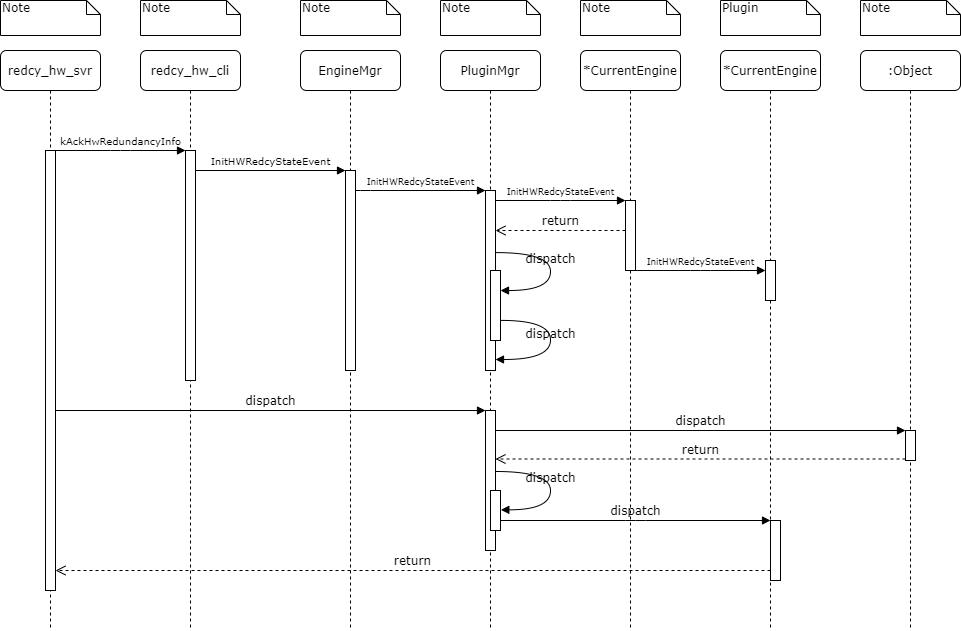
Earlier version of the draw.io export UML/StartRedundancy.png (Steve888888/FN-Redundancy). Source tidied: cells renumbered, new cells last; positions are measured from the earlier drawing's top-left corner, leaving out a move shared by most shapes.
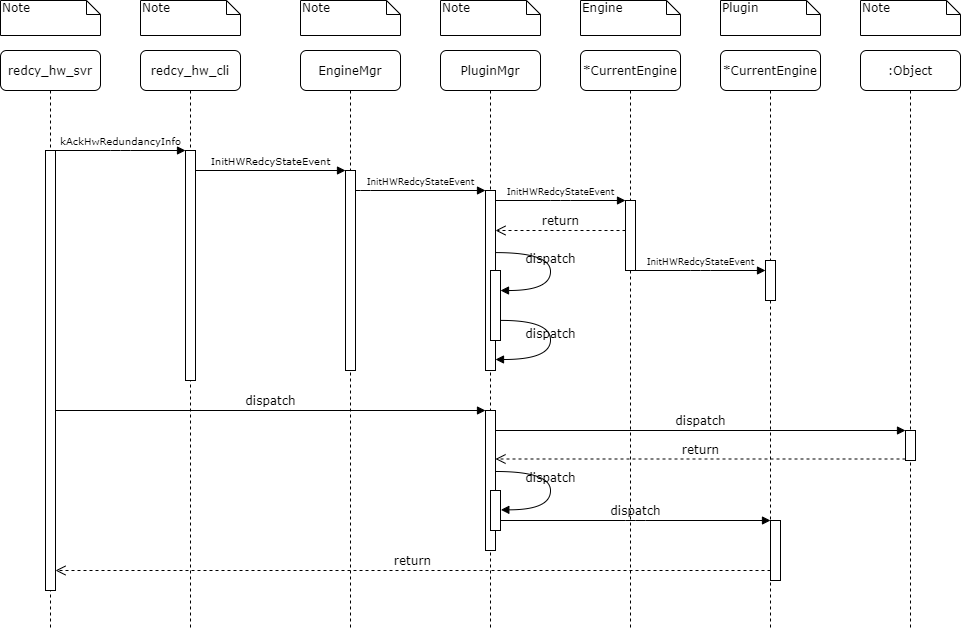
After the commit.

Diff of the diagram source:
```diff
@@ -138,7 +138,7 @@
     <mxCell id="36" value="Note" style="shape=note;whiteSpace=wrap;html=1;size=14;verticalAlign=top;align=left;spacingTop=-6;rounded=0;shadow=0;comic=0;labelBackgroundColor=none;strokeWidth=1;fontFamily=Verdana;fontSize=12;" parent="1" vertex="1">
       <mxGeometry x="440" width="100" height="35" as="geometry" />
     </mxCell>
-    <mxCell id="37" value="Note" style="shape=note;whiteSpace=wrap;html=1;size=14;verticalAlign=top;align=left;spacingTop=-6;rounded=0;shadow=0;comic=0;labelBackgroundColor=none;strokeWidth=1;fontFamily=Verdana;fontSize=12;" parent="1" vertex="1">
+    <mxCell id="37" value="Engine" style="shape=note;whiteSpace=wrap;html=1;size=14;verticalAlign=top;align=left;spacingTop=-6;rounded=0;shadow=0;comic=0;labelBackgroundColor=none;strokeWidth=1;fontFamily=Verdana;fontSize=12;" parent="1" vertex="1">
       <mxGeometry x="580" width="100" height="35" as="geometry" />
     </mxCell>
     <mxCell id="38" value="Plugin" style="shape=note;whiteSpace=wrap;html=1;size=14;verticalAlign=top;align=left;spacingTop=-6;rounded=0;shadow=0;comic=0;labelBackgroundColor=none;strokeWidth=1;fontFamily=Verdana;fontSize=12;" parent="1" vertex="1">
```
